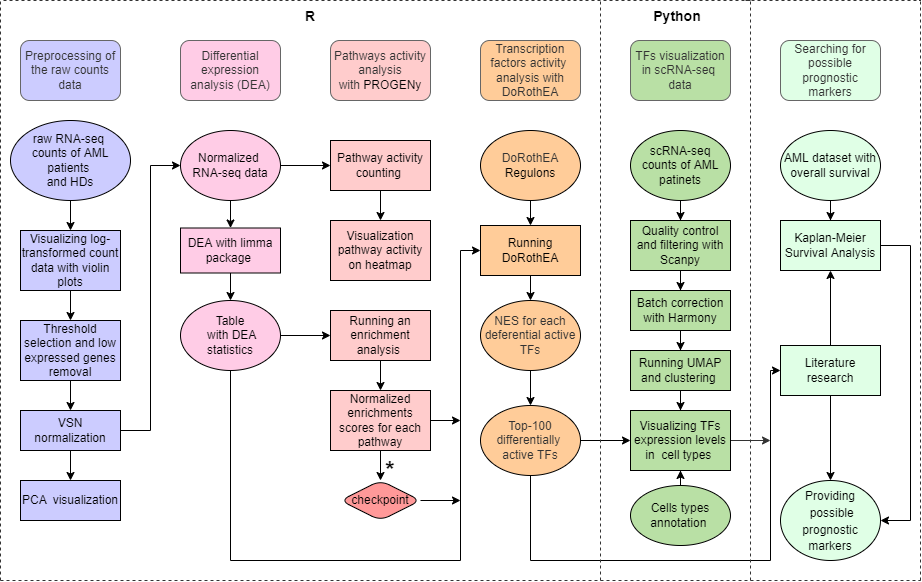
Above: workflow.png in theCastleBuilder/Acute-myeloid-leukemia (draw.io), before the change. Source tidied: cells renumbered, new cells last; positions are measured from the earlier drawing's top-left corner, leaving out a move shared by most shapes.
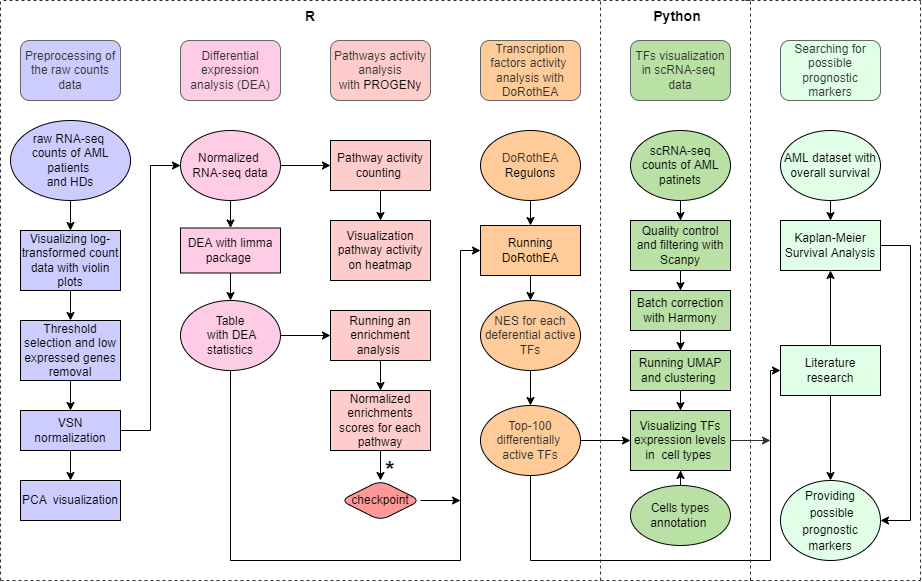
The same diagram one commit later.

The edit, as a diff of the source:
```diff
@@ -108,11 +108,6 @@
         <mxPoint x="380" y="480" as="targetPoint" />
       </mxGeometry>
     </mxCell>
-    <mxCell id="34" style="edgeStyle=orthogonalEdgeStyle;rounded=0;jettySize=auto;html=1;strokeColor=#000000;fillColor=#000000;" parent="1" edge="1" source="35">
-      <mxGeometry relative="1" as="geometry">
-        <mxPoint x="460" y="420" as="targetPoint" />
-      </mxGeometry>
-    </mxCell>
     <mxCell id="35" value="Normalized enrichments scores for each pathway" style="rounded=0;whiteSpace=wrap;html=1;strokeColor=#000000;fillColor=#FFCCCC;" parent="1" vertex="1">
       <mxGeometry x="330" y="390" width="100" height="60" as="geometry" />
     </mxCell>
```
